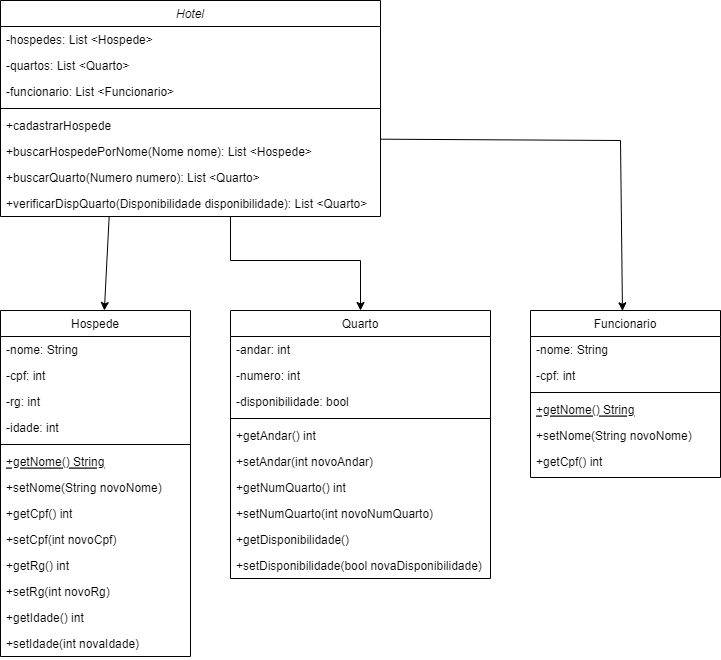
MurilowJr/bertoti keeps this draw.io diagram as Engenharia de Software/Diagrama de Classes UML.drawio.png. Above is the earlier version. Source tidied: cells renumbered, new cells last; positions are measured from the earlier drawing's top-left corner, leaving out a move shared by most shapes.
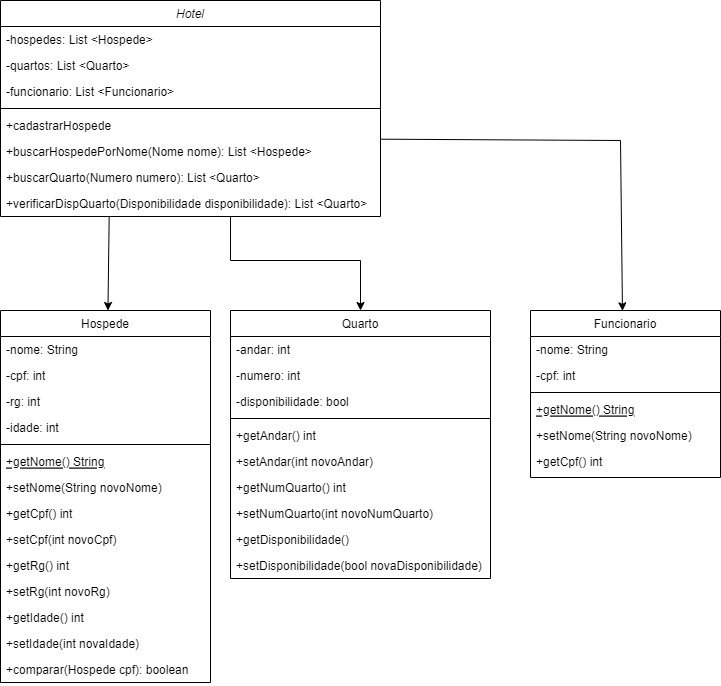
The same diagram one commit later.

Change to the diagram source:
```diff
@@ -36,47 +36,50 @@
       </mxGeometry>
     </mxCell>
     <mxCell id="12" value="Hospede" style="swimlane;fontStyle=0;align=center;verticalAlign=top;horizontal=1;startSize=26;rounded=0;shadow=0;strokeWidth=1;" parent="1" vertex="1">
-      <mxGeometry y="310" width="190" height="346" as="geometry" />
+      <mxGeometry y="310" width="210" height="372" as="geometry" />
     </mxCell>
     <mxCell id="13" value="-nome: String" style="text;align=left;verticalAlign=top;spacingLeft=4;spacingRight=4;overflow=hidden;" parent="12" vertex="1">
-      <mxGeometry y="26" width="190" height="26" as="geometry" />
+      <mxGeometry y="26" width="210" height="26" as="geometry" />
     </mxCell>
     <mxCell id="14" value="-cpf: int" style="text;align=left;verticalAlign=top;spacingLeft=4;spacingRight=4;overflow=hidden;" parent="12" vertex="1">
-      <mxGeometry y="52" width="190" height="26" as="geometry" />
+      <mxGeometry y="52" width="210" height="26" as="geometry" />
     </mxCell>
     <mxCell id="15" value="-rg: int" style="text;align=left;verticalAlign=top;spacingLeft=4;spacingRight=4;overflow=hidden;" parent="12" vertex="1">
-      <mxGeometry y="78" width="190" height="26" as="geometry" />
+      <mxGeometry y="78" width="210" height="26" as="geometry" />
     </mxCell>
     <mxCell id="16" value="-idade: int" style="text;align=left;verticalAlign=top;spacingLeft=4;spacingRight=4;overflow=hidden;" parent="12" vertex="1">
-      <mxGeometry y="104" width="190" height="26" as="geometry" />
+      <mxGeometry y="104" width="210" height="26" as="geometry" />
     </mxCell>
     <mxCell id="17" style="line;html=1;strokeWidth=1;align=left;verticalAlign=middle;spacingTop=-1;spacingLeft=3;spacingRight=3;labelPosition=right;" parent="12" vertex="1">
-      <mxGeometry y="130" width="190" height="8" as="geometry" />
+      <mxGeometry y="130" width="210" height="8" as="geometry" />
     </mxCell>
     <mxCell id="18" value="+getNome() String" style="text;align=left;verticalAlign=top;spacingLeft=4;spacingRight=4;overflow=hidden;fontStyle=4;" parent="12" vertex="1">
-      <mxGeometry y="138" width="190" height="26" as="geometry" />
+      <mxGeometry y="138" width="210" height="26" as="geometry" />
     </mxCell>
     <mxCell id="19" value="+setNome(String novoNome)" style="text;align=left;verticalAlign=top;spacingLeft=4;spacingRight=4;overflow=hidden;" parent="12" vertex="1">
-      <mxGeometry y="164" width="190" height="26" as="geometry" />
+      <mxGeometry y="164" width="210" height="26" as="geometry" />
     </mxCell>
     <mxCell id="20" value="+getCpf() int" style="text;align=left;verticalAlign=top;spacingLeft=4;spacingRight=4;overflow=hidden;" parent="12" vertex="1">
-      <mxGeometry y="190" width="190" height="26" as="geometry" />
+      <mxGeometry y="190" width="210" height="26" as="geometry" />
     </mxCell>
     <mxCell id="21" value="+setCpf(int novoCpf)" style="text;align=left;verticalAlign=top;spacingLeft=4;spacingRight=4;overflow=hidden;" parent="12" vertex="1">
-      <mxGeometry y="216" width="190" height="26" as="geometry" />
+      <mxGeometry y="216" width="210" height="26" as="geometry" />
     </mxCell>
     <mxCell id="22" value="+getRg() int" style="text;align=left;verticalAlign=top;spacingLeft=4;spacingRight=4;overflow=hidden;" parent="12" vertex="1">
-      <mxGeometry y="242" width="190" height="26" as="geometry" />
+      <mxGeometry y="242" width="210" height="26" as="geometry" />
     </mxCell>
     <mxCell id="23" value="+setRg(int novoRg)" style="text;align=left;verticalAlign=top;spacingLeft=4;spacingRight=4;overflow=hidden;" parent="12" vertex="1">
-      <mxGeometry y="268" width="190" height="26" as="geometry" />
+      <mxGeometry y="268" width="210" height="26" as="geometry" />
     </mxCell>
     <mxCell id="24" value="+getIdade() int" style="text;align=left;verticalAlign=top;spacingLeft=4;spacingRight=4;overflow=hidden;" parent="12" vertex="1">
-      <mxGeometry y="294" width="190" height="26" as="geometry" />
+      <mxGeometry y="294" width="210" height="26" as="geometry" />
     </mxCell>
     <mxCell id="25" value="+setIdade(int novaIdade)" style="text;align=left;verticalAlign=top;spacingLeft=4;spacingRight=4;overflow=hidden;" parent="12" vertex="1">
-      <mxGeometry y="320" width="190" height="26" as="geometry" />
+      <mxGeometry y="320" width="210" height="26" as="geometry" />
     </mxCell>
+    <mxCell id="49" value="+comparar(Hospede cpf): boolean" style="text;align=left;verticalAlign=top;spacingLeft=4;spacingRight=4;overflow=hidden;" parent="12" vertex="1">
+      <mxGeometry y="346" width="210" height="26" as="geometry" />
+    </mxCell>
     <mxCell id="26" value="Quarto" style="swimlane;fontStyle=0;align=center;verticalAlign=top;horizontal=1;startSize=26;rounded=0;shadow=0;strokeWidth=1;" parent="1" vertex="1">
       <mxGeometry x="230" y="310" width="260" height="268" as="geometry" />
     </mxCell>
```
